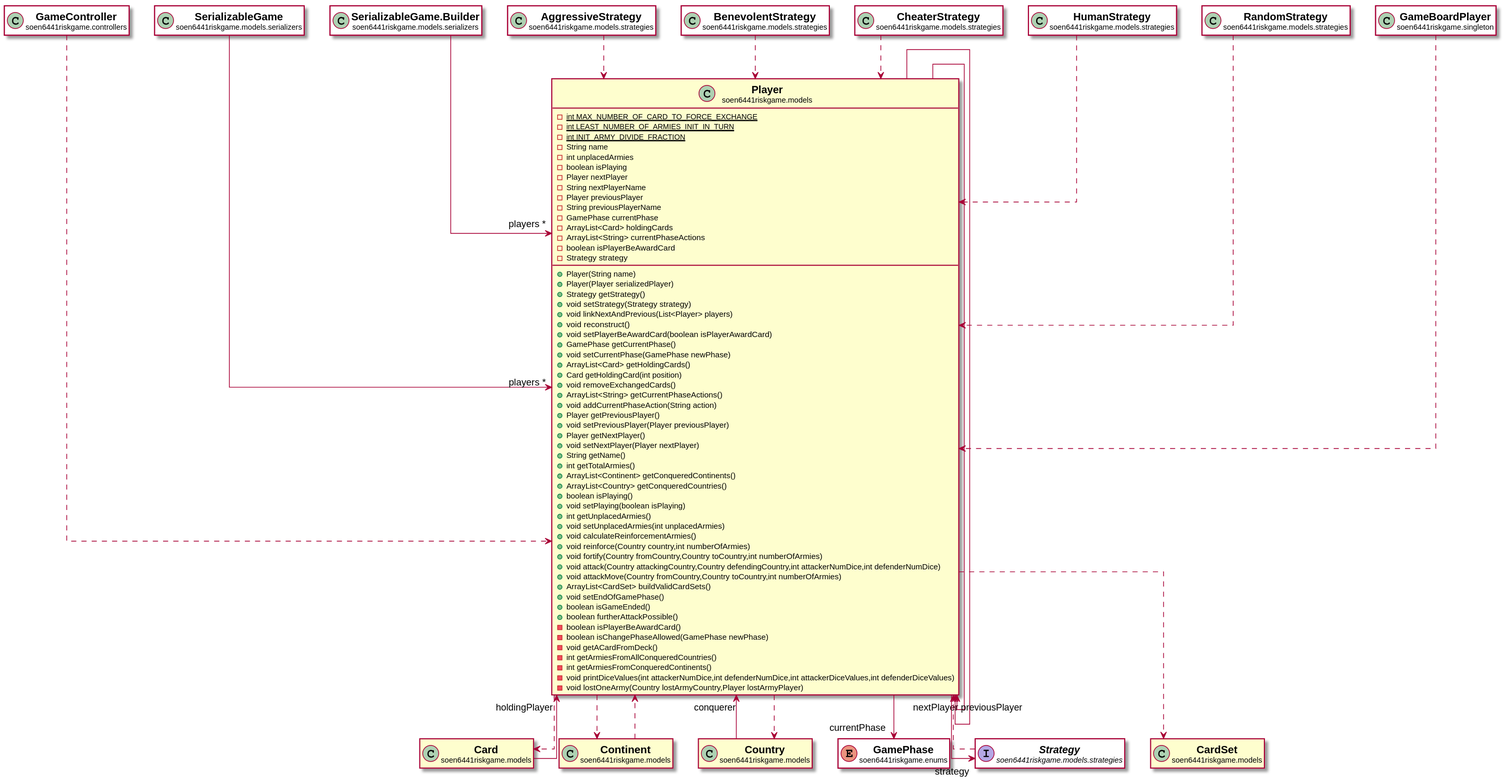
The PlantUML diagram docs/javadocs/soen6441riskgame/models/Player.svg in huntertran/soen6441-riskgame, before a commit.
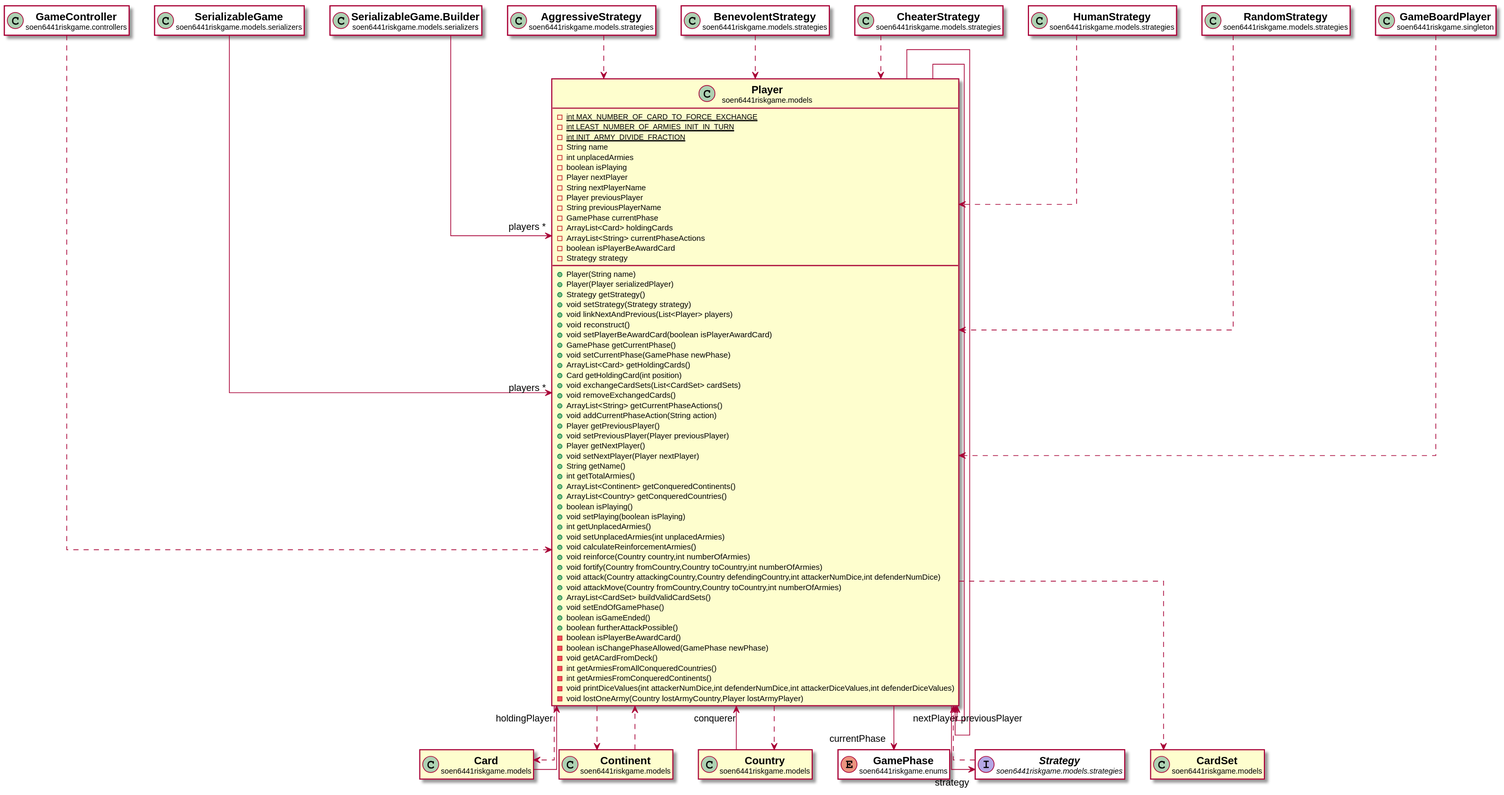
Later version of the same file.

Change to the diagram source:
```diff
@@ -30,6 +30,7 @@
 +void setCurrentPhase(GamePhase newPhase)
 +ArrayList<Card> getHoldingCards()
 +Card getHoldingCard(int position)
++void exchangeCardSets(List<CardSet> cardSets)
 +void removeExchangedCards()
 +ArrayList<String> getCurrentPhaseActions()
 +void addCurrentPhaseAction(String action)
@@ -124,12 +125,6 @@
 
 
 
-soen6441riskgame.models.Player ..> soen6441riskgame.models.Continent
-
-
-soen6441riskgame.models.Player ..> soen6441riskgame.models.Country
-
-
 class "<b><size:14>CardSet</b>\n<size:10>soen6441riskgame.models" as soen6441riskgame.models.CardSet  [[../../soen6441riskgame/models/CardSet.html{soen6441riskgame.models.CardSet}]] {
 }
 
@@ -137,6 +132,13 @@
 hide soen6441riskgame.models.CardSet methods
 
 soen6441riskgame.models.Player ..> soen6441riskgame.models.CardSet
+
+
+soen6441riskgame.models.Player ..> soen6441riskgame.models.Continent
+
+
+soen6441riskgame.models.Player ..> soen6441riskgame.models.Country
+
 
 class "<b><size:14>SerializableGame</b>\n<size:10>soen6441riskgame.models.serializers" as soen6441riskgame.models.serializers.SerializableGame  [[../../soen6441riskgame/models/serializers/SerializableGame.html{soen6441riskgame.models.serializers.SerializableGame}]] #white {
 }
```
